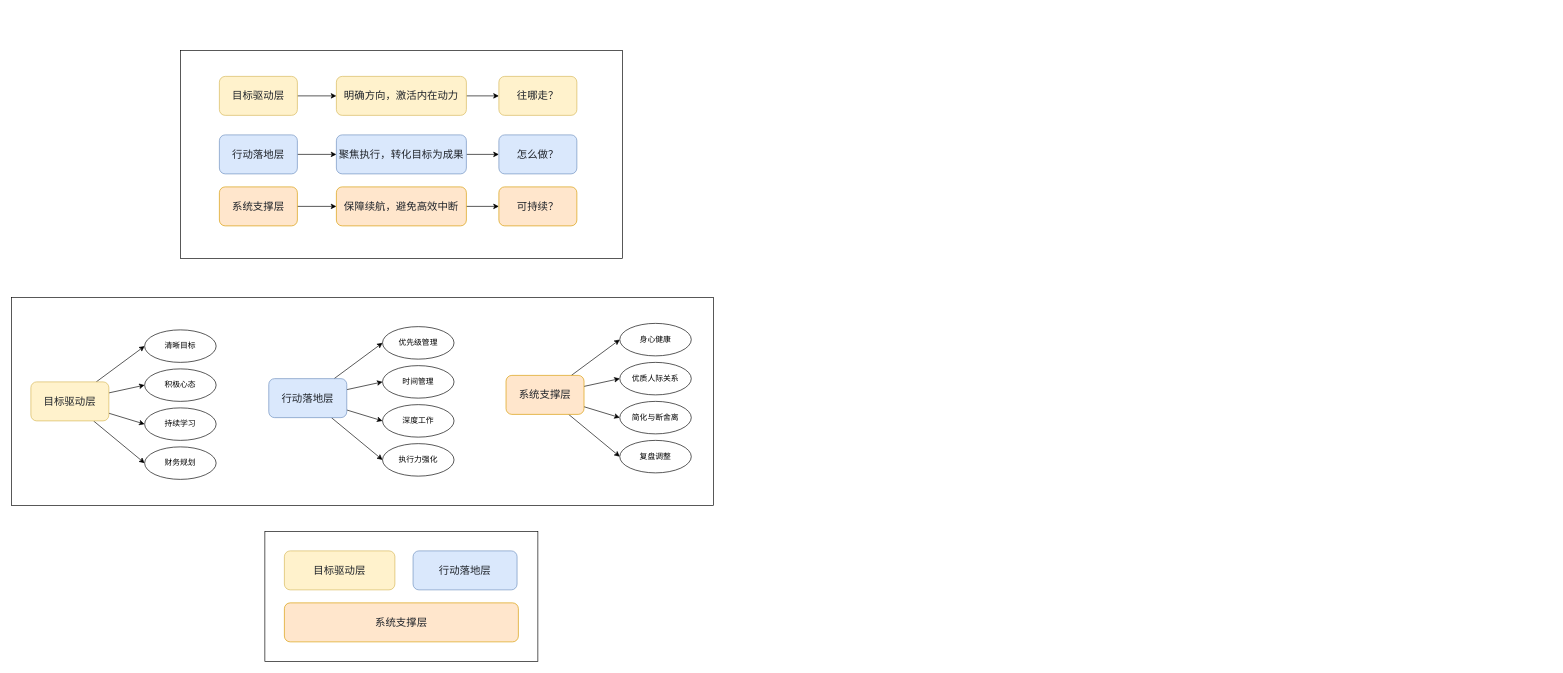
Before: 高效人生的12个关键点.drawio in FlyThroughAir/DrawHere, a draw.io diagram. Source tidied: cells renumbered, new cells numbered last; positions are measured from the earlier drawing's top-left corner, leaving out a move shared by most shapes. Both pictures are drawn from the tidied source at 65%, with x=0, y=0 at pixel (11, 50).
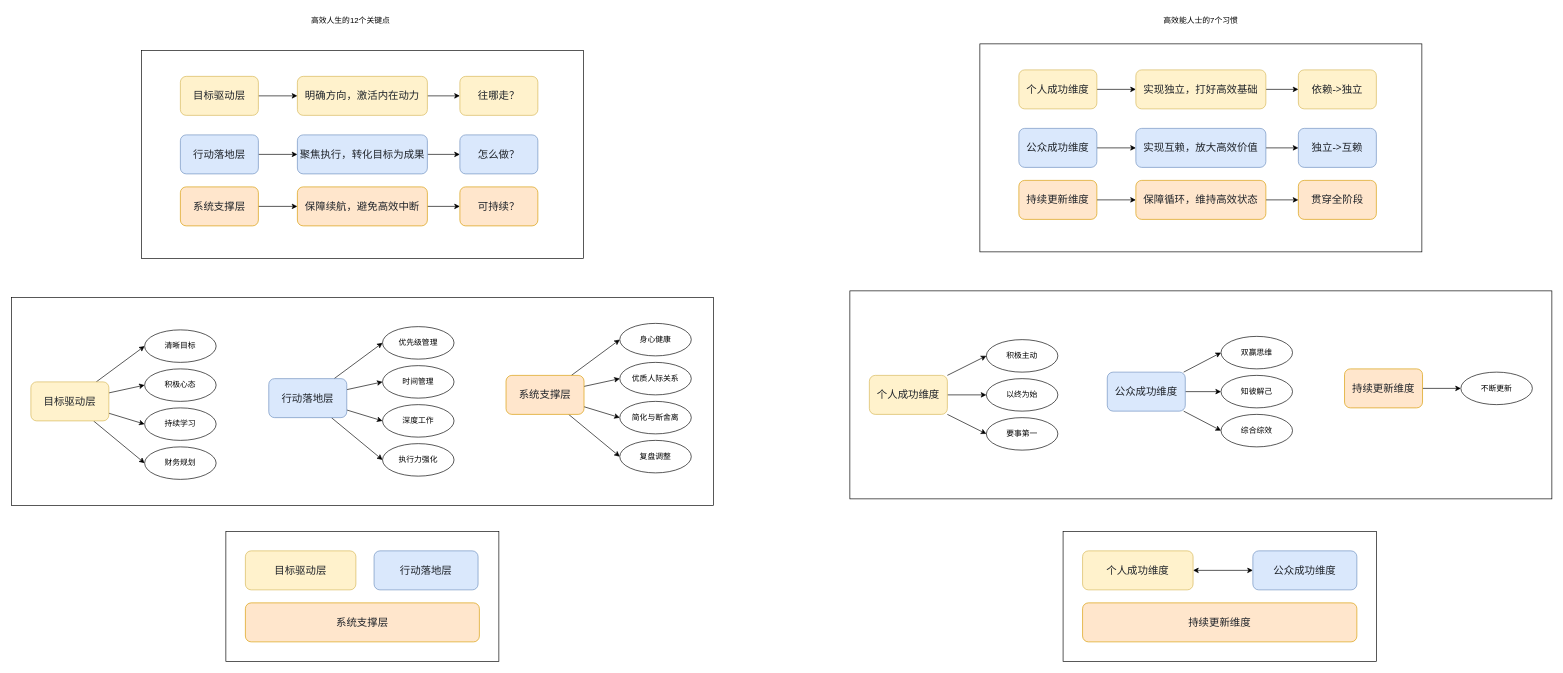
After the change.

Commit message (it also covers changes not shown here):
更新高效人生的12个关键点.drawio

Change to the diagram source:
```diff
@@
     <mxCell id="3" style="rounded=0;whiteSpace=wrap;html=1;" parent="1" vertex="1">
-      <mxGeometry x="390" y="740" width="420" height="200" as="geometry" />
+      <mxGeometry x="330" y="740" width="420" height="200" as="geometry" />
     </mxCell>
     <mxCell id="4" style="rounded=0;whiteSpace=wrap;html=1;" parent="1" vertex="1">
-      <mxGeometry x="260" width="680" height="320" as="geometry" />
+      <mxGeometry x="200" width="680" height="320" as="geometry" />
     </mxCell>
@@
     <mxCell id="6" value="&lt;span style=&quot;color: rgb(31, 35, 41); font-family: ui-sans-serif, system-ui, sans-serif, &amp;quot;Apple Color Emoji&amp;quot;, &amp;quot;Segoe UI Emoji&amp;quot;, &amp;quot;Segoe UI Symbol&amp;quot;, &amp;quot;Noto Color Emoji&amp;quot;; font-size: 16px; text-align: start; white-space-collapse: preserve;&quot;&gt;目标驱动层&lt;/span&gt;" style="rounded=1;whiteSpace=wrap;html=1;fillColor=#fff2cc;strokeColor=#d6b656;" parent="1" vertex="1">
-      <mxGeometry x="320" y="40" width="120" height="60" as="geometry" />
+      <mxGeometry x="260" y="40" width="120" height="60" as="geometry" />
     </mxCell>
@@
     <mxCell id="8" value="&lt;span style=&quot;color: rgb(31, 35, 41); font-family: ui-sans-serif, system-ui, sans-serif, &amp;quot;Apple Color Emoji&amp;quot;, &amp;quot;Segoe UI Emoji&amp;quot;, &amp;quot;Segoe UI Symbol&amp;quot;, &amp;quot;Noto Color Emoji&amp;quot;; font-size: 16px; text-align: start; white-space-collapse: preserve;&quot;&gt;行动落地层&lt;/span&gt;" style="rounded=1;whiteSpace=wrap;html=1;fillColor=#dae8fc;strokeColor=#6c8ebf;" parent="1" vertex="1">
-      <mxGeometry x="320" y="130" width="120" height="60" as="geometry" />
+      <mxGeometry x="260" y="130" width="120" height="60" as="geometry" />
     </mxCell>
@@
     <mxCell id="10" value="&lt;span style=&quot;color: rgb(31, 35, 41); font-family: ui-sans-serif, system-ui, sans-serif, &amp;quot;Apple Color Emoji&amp;quot;, &amp;quot;Segoe UI Emoji&amp;quot;, &amp;quot;Segoe UI Symbol&amp;quot;, &amp;quot;Noto Color Emoji&amp;quot;; font-size: 16px; text-align: start; white-space-collapse: preserve;&quot;&gt;系统支撑层&lt;/span&gt;" style="rounded=1;whiteSpace=wrap;html=1;fillColor=#ffe6cc;strokeColor=#d79b00;" parent="1" vertex="1">
-      <mxGeometry x="320" y="210" width="120" height="60" as="geometry" />
+      <mxGeometry x="260" y="210" width="120" height="60" as="geometry" />
     </mxCell>
@@
     <mxCell id="12" value="&lt;span style=&quot;color: rgb(31, 35, 41); font-family: ui-sans-serif, system-ui, sans-serif, &amp;quot;Apple Color Emoji&amp;quot;, &amp;quot;Segoe UI Emoji&amp;quot;, &amp;quot;Segoe UI Symbol&amp;quot;, &amp;quot;Noto Color Emoji&amp;quot;; font-size: 16px; font-style: normal; font-variant-ligatures: normal; font-variant-caps: normal; font-weight: 400; letter-spacing: normal; orphans: 2; text-align: start; text-indent: 0px; text-transform: none; widows: 2; word-spacing: 0px; -webkit-text-stroke-width: 0px; white-space: pre-wrap; text-decoration-thickness: initial; text-decoration-style: initial; text-decoration-color: initial; float: none; display: inline !important;&quot;&gt;明确方向，激活内在动力&lt;/span&gt;" style="rounded=1;whiteSpace=wrap;html=1;fillColor=#fff2cc;strokeColor=#d6b656;" parent="1" vertex="1">
-      <mxGeometry x="500" y="40" width="200" height="60" as="geometry" />
+      <mxGeometry x="440" y="40" width="200" height="60" as="geometry" />
     </mxCell>
@@
     <mxCell id="14" value="&lt;span style=&quot;color: rgb(31, 35, 41); font-family: ui-sans-serif, system-ui, sans-serif, &amp;quot;Apple Color Emoji&amp;quot;, &amp;quot;Segoe UI Emoji&amp;quot;, &amp;quot;Segoe UI Symbol&amp;quot;, &amp;quot;Noto Color Emoji&amp;quot;; font-size: 16px; text-align: start; white-space-collapse: preserve;&quot;&gt;聚焦执行，转化目标为成果&lt;/span&gt;" style="rounded=1;whiteSpace=wrap;html=1;fillColor=#dae8fc;strokeColor=#6c8ebf;" parent="1" vertex="1">
-      <mxGeometry x="500" y="130" width="200" height="60" as="geometry" />
+      <mxGeometry x="440" y="130" width="200" height="60" as="geometry" />
     </mxCell>
@@
     <mxCell id="16" value="&lt;span style=&quot;color: rgb(31, 35, 41); font-family: ui-sans-serif, system-ui, sans-serif, &amp;quot;Apple Color Emoji&amp;quot;, &amp;quot;Segoe UI Emoji&amp;quot;, &amp;quot;Segoe UI Symbol&amp;quot;, &amp;quot;Noto Color Emoji&amp;quot;; font-size: 16px; text-align: start; white-space-collapse: preserve;&quot;&gt;保障续航，避免高效中断&lt;/span&gt;" style="rounded=1;whiteSpace=wrap;html=1;fillColor=#ffe6cc;strokeColor=#d79b00;" parent="1" vertex="1">
-      <mxGeometry x="500" y="210" width="200" height="60" as="geometry" />
+      <mxGeometry x="440" y="210" width="200" height="60" as="geometry" />
     </mxCell>
     <mxCell id="17" value="&lt;span style=&quot;color: rgb(31, 35, 41); font-family: ui-sans-serif, system-ui, sans-serif, &amp;quot;Apple Color Emoji&amp;quot;, &amp;quot;Segoe UI Emoji&amp;quot;, &amp;quot;Segoe UI Symbol&amp;quot;, &amp;quot;Noto Color Emoji&amp;quot;; font-size: 16px; text-align: start; white-space-collapse: preserve;&quot;&gt;往哪走？&lt;/span&gt;" style="rounded=1;whiteSpace=wrap;html=1;fillColor=#fff2cc;strokeColor=#d6b656;" parent="1" vertex="1">
-      <mxGeometry x="750" y="40" width="120" height="60" as="geometry" />
+      <mxGeometry x="690" y="40" width="120" height="60" as="geometry" />
     </mxCell>
     <mxCell id="18" value="&lt;span style=&quot;color: rgb(31, 35, 41); font-family: ui-sans-serif, system-ui, sans-serif, &amp;quot;Apple Color Emoji&amp;quot;, &amp;quot;Segoe UI Emoji&amp;quot;, &amp;quot;Segoe UI Symbol&amp;quot;, &amp;quot;Noto Color Emoji&amp;quot;; font-size: 16px; text-align: start; white-space-collapse: preserve;&quot;&gt;怎么做？&lt;/span&gt;" style="rounded=1;whiteSpace=wrap;html=1;fillColor=#dae8fc;strokeColor=#6c8ebf;" parent="1" vertex="1">
-      <mxGeometry x="750" y="130" width="120" height="60" as="geometry" />
+      <mxGeometry x="690" y="130" width="120" height="60" as="geometry" />
     </mxCell>
     <mxCell id="19" value="&lt;span style=&quot;color: rgb(31, 35, 41); font-family: ui-sans-serif, system-ui, sans-serif, &amp;quot;Apple Color Emoji&amp;quot;, &amp;quot;Segoe UI Emoji&amp;quot;, &amp;quot;Segoe UI Symbol&amp;quot;, &amp;quot;Noto Color Emoji&amp;quot;; font-size: 16px; text-align: start; white-space-collapse: preserve;&quot;&gt;可持续？&lt;/span&gt;" style="rounded=1;whiteSpace=wrap;html=1;fillColor=#ffe6cc;strokeColor=#d79b00;" parent="1" vertex="1">
-      <mxGeometry x="750" y="210" width="120" height="60" as="geometry" />
+      <mxGeometry x="690" y="210" width="120" height="60" as="geometry" />
     </mxCell>
     <mxCell id="20" value="&lt;span style=&quot;color: rgb(31, 35, 41); font-family: ui-sans-serif, system-ui, sans-serif, &amp;quot;Apple Color Emoji&amp;quot;, &amp;quot;Segoe UI Emoji&amp;quot;, &amp;quot;Segoe UI Symbol&amp;quot;, &amp;quot;Noto Color Emoji&amp;quot;; font-size: 16px; text-align: start; white-space-collapse: preserve;&quot;&gt;目标驱动层&lt;/span&gt;" style="rounded=1;whiteSpace=wrap;html=1;fillColor=#fff2cc;strokeColor=#d6b656;" parent="1" vertex="1">
-      <mxGeometry x="420" y="770" width="170" height="60" as="geometry" />
+      <mxGeometry x="360" y="770" width="170" height="60" as="geometry" />
     </mxCell>
     <mxCell id="21" value="&lt;span style=&quot;color: rgb(31, 35, 41); font-family: ui-sans-serif, system-ui, sans-serif, &amp;quot;Apple Color Emoji&amp;quot;, &amp;quot;Segoe UI Emoji&amp;quot;, &amp;quot;Segoe UI Symbol&amp;quot;, &amp;quot;Noto Color Emoji&amp;quot;; font-size: 16px; text-align: start; white-space-collapse: preserve;&quot;&gt;行动落地层&lt;/span&gt;" style="rounded=1;whiteSpace=wrap;html=1;fillColor=#dae8fc;strokeColor=#6c8ebf;" parent="1" vertex="1">
-      <mxGeometry x="618" y="770" width="160" height="60" as="geometry" />
+      <mxGeometry x="558" y="770" width="160" height="60" as="geometry" />
     </mxCell>
     <mxCell id="22" value="&lt;span style=&quot;color: rgb(31, 35, 41); font-family: ui-sans-serif, system-ui, sans-serif, &amp;quot;Apple Color Emoji&amp;quot;, &amp;quot;Segoe UI Emoji&amp;quot;, &amp;quot;Segoe UI Symbol&amp;quot;, &amp;quot;Noto Color Emoji&amp;quot;; font-size: 16px; text-align: start; white-space-collapse: preserve;&quot;&gt;系统支撑层&lt;/span&gt;" style="rounded=1;whiteSpace=wrap;html=1;fillColor=#ffe6cc;strokeColor=#d79b00;" parent="1" vertex="1">
-      <mxGeometry x="420" y="850" width="360" height="60" as="geometry" />
+      <mxGeometry x="360" y="850" width="360" height="60" as="geometry" />
     </mxCell>
@@
+    <mxCell id="50" style="rounded=0;whiteSpace=wrap;html=1;" parent="1" vertex="1">
+      <mxGeometry x="1290" y="370" width="1080" height="320" as="geometry" />
+    </mxCell>
+    <mxCell id="51" style="rounded=0;whiteSpace=wrap;html=1;" parent="1" vertex="1">
+      <mxGeometry x="1618" y="740" width="482" height="200" as="geometry" />
+    </mxCell>
+    <mxCell id="52" style="rounded=0;whiteSpace=wrap;html=1;" parent="1" vertex="1">
+      <mxGeometry x="1490" y="-10" width="680" height="320" as="geometry" />
+    </mxCell>
+    <mxCell id="53" style="edgeStyle=orthogonalEdgeStyle;rounded=0;jettySize=auto;html=1;" parent="1" edge="1" source="54" target="60">
+      <mxGeometry relative="1" as="geometry" />
+    </mxCell>
+    <mxCell id="54" value="&lt;span style=&quot;color: rgb(31, 35, 41); font-family: ui-sans-serif, system-ui, sans-serif, &amp;quot;Apple Color Emoji&amp;quot;, &amp;quot;Segoe UI Emoji&amp;quot;, &amp;quot;Segoe UI Symbol&amp;quot;, &amp;quot;Noto Color Emoji&amp;quot;; font-size: 16px; text-align: start; white-space-collapse: preserve;&quot;&gt;个人成功维度&lt;/span&gt;" style="rounded=1;whiteSpace=wrap;html=1;fillColor=#fff2cc;strokeColor=#d6b656;" parent="1" vertex="1">
+      <mxGeometry x="1550" y="30" width="120" height="60" as="geometry" />
+    </mxCell>
+    <mxCell id="55" style="edgeStyle=orthogonalEdgeStyle;rounded=0;jettySize=auto;html=1;entryX=0;entryY=0.5;entryDx=0;entryDy=0;" parent="1" edge="1" source="56" target="62">
+      <mxGeometry relative="1" as="geometry" />
+    </mxCell>
+    <mxCell id="56" value="&lt;span style=&quot;color: rgb(31, 35, 41); font-family: ui-sans-serif, system-ui, sans-serif, &amp;quot;Apple Color Emoji&amp;quot;, &amp;quot;Segoe UI Emoji&amp;quot;, &amp;quot;Segoe UI Symbol&amp;quot;, &amp;quot;Noto Color Emoji&amp;quot;; font-size: 16px; text-align: start; white-space-collapse: preserve;&quot;&gt;公众成功维度&lt;/span&gt;" style="rounded=1;whiteSpace=wrap;html=1;fillColor=#dae8fc;strokeColor=#6c8ebf;" parent="1" vertex="1">
+      <mxGeometry x="1550" y="120" width="120" height="60" as="geometry" />
+    </mxCell>
+    <mxCell id="57" style="edgeStyle=orthogonalEdgeStyle;rounded=0;jettySize=auto;html=1;" parent="1" edge="1" source="58" target="64">
+      <mxGeometry relative="1" as="geometry" />
+    </mxCell>
+    <mxCell id="58" value="&lt;span style=&quot;color: rgb(31, 35, 41); font-family: ui-sans-serif, system-ui, sans-serif, &amp;quot;Apple Color Emoji&amp;quot;, &amp;quot;Segoe UI Emoji&amp;quot;, &amp;quot;Segoe UI Symbol&amp;quot;, &amp;quot;Noto Color Emoji&amp;quot;; font-size: 16px; text-align: start; white-space-collapse: preserve;&quot;&gt;持续更新维度&lt;/span&gt;" style="rounded=1;whiteSpace=wrap;html=1;fillColor=#ffe6cc;strokeColor=#d79b00;" parent="1" vertex="1">
+      <mxGeometry x="1550" y="200" width="120" height="60" as="geometry" />
+    </mxCell>
+    <mxCell id="59" style="edgeStyle=orthogonalEdgeStyle;rounded=0;jettySize=auto;html=1;entryX=0;entryY=0.5;entryDx=0;entryDy=0;" parent="1" edge="1" source="60" target="65">
+      <mxGeometry relative="1" as="geometry" />
+    </mxCell>
+    <mxCell id="60" value="&lt;span style=&quot;color: rgb(31, 35, 41); font-family: ui-sans-serif, system-ui, sans-serif, &amp;quot;Apple Color Emoji&amp;quot;, &amp;quot;Segoe UI Emoji&amp;quot;, &amp;quot;Segoe UI Symbol&amp;quot;, &amp;quot;Noto Color Emoji&amp;quot;; font-size: 16px; font-style: normal; font-variant-ligatures: normal; font-variant-caps: normal; font-weight: 400; letter-spacing: normal; orphans: 2; text-align: start; text-indent: 0px; text-transform: none; widows: 2; word-spacing: 0px; -webkit-text-stroke-width: 0px; white-space: pre-wrap; text-decoration-thickness: initial; text-decoration-style: initial; text-decoration-color: initial; float: none; display: inline !important;&quot;&gt;实现独立，打好高效基础&lt;/span&gt;" style="rounded=1;whiteSpace=wrap;html=1;fillColor=#fff2cc;strokeColor=#d6b656;" parent="1" vertex="1">
+      <mxGeometry x="1730" y="30" width="200" height="60" as="geometry" />
+    </mxCell>
+    <mxCell id="61" style="edgeStyle=orthogonalEdgeStyle;rounded=0;jettySize=auto;html=1;" parent="1" edge="1" source="62" target="66">
+      <mxGeometry relative="1" as="geometry" />
+    </mxCell>
+    <mxCell id="62" value="&lt;span style=&quot;color: rgb(31, 35, 41); font-family: ui-sans-serif, system-ui, sans-serif, &amp;quot;Apple Color Emoji&amp;quot;, &amp;quot;Segoe UI Emoji&amp;quot;, &amp;quot;Segoe UI Symbol&amp;quot;, &amp;quot;Noto Color Emoji&amp;quot;; font-size: 16px; text-align: start; white-space-collapse: preserve;&quot;&gt;实现互赖，放大高效价值&lt;/span&gt;" style="rounded=1;whiteSpace=wrap;html=1;fillColor=#dae8fc;strokeColor=#6c8ebf;" parent="1" vertex="1">
+      <mxGeometry x="1730" y="120" width="200" height="60" as="geometry" />
+    </mxCell>
+    <mxCell id="63" style="edgeStyle=orthogonalEdgeStyle;rounded=0;jettySize=auto;html=1;entryX=0;entryY=0.5;entryDx=0;entryDy=0;" parent="1" edge="1" source="64" target="67">
+      <mxGeometry relative="1" as="geometry" />
+    </mxCell>
+    <mxCell id="64" value="&lt;span style=&quot;color: rgb(31, 35, 41); font-family: ui-sans-serif, system-ui, sans-serif, &amp;quot;Apple Color Emoji&amp;quot;, &amp;quot;Segoe UI Emoji&amp;quot;, &amp;quot;Segoe UI Symbol&amp;quot;, &amp;quot;Noto Color Emoji&amp;quot;; font-size: 16px; text-align: start; white-space-collapse: preserve;&quot;&gt;保障循环，维持高效状态&lt;/span&gt;" style="rounded=1;whiteSpace=wrap;html=1;fillColor=#ffe6cc;strokeColor=#d79b00;" parent="1" vertex="1">
+      <mxGeometry x="1730" y="200" width="200" height="60" as="geometry" />
+    </mxCell>
+    <mxCell id="65" value="&lt;span style=&quot;color: rgb(31, 35, 41); font-family: ui-sans-serif, system-ui, sans-serif, &amp;quot;Apple Color Emoji&amp;quot;, &amp;quot;Segoe UI Emoji&amp;quot;, &amp;quot;Segoe UI Symbol&amp;quot;, &amp;quot;Noto Color Emoji&amp;quot;; font-size: 16px; text-align: start; white-space-collapse: preserve;&quot;&gt;依赖-&amp;gt;独立&lt;/span&gt;" style="rounded=1;whiteSpace=wrap;html=1;fillColor=#fff2cc;strokeColor=#d6b656;" parent="1" vertex="1">
+      <mxGeometry x="1980" y="30" width="120" height="60" as="geometry" />
+    </mxCell>
+    <mxCell id="66" value="&lt;span style=&quot;color: rgb(31, 35, 41); font-family: ui-sans-serif, system-ui, sans-serif, &amp;quot;Apple Color Emoji&amp;quot;, &amp;quot;Segoe UI Emoji&amp;quot;, &amp;quot;Segoe UI Symbol&amp;quot;, &amp;quot;Noto Color Emoji&amp;quot;; font-size: 16px; text-align: start; white-space-collapse: preserve;&quot;&gt;独立-&amp;gt;互赖&lt;/span&gt;" style="rounded=1;whiteSpace=wrap;html=1;fillColor=#dae8fc;strokeColor=#6c8ebf;" parent="1" vertex="1">
+      <mxGeometry x="1980" y="120" width="120" height="60" as="geometry" />
+    </mxCell>
+    <mxCell id="67" value="&lt;span style=&quot;color: rgb(31, 35, 41); font-family: ui-sans-serif, system-ui, sans-serif, &amp;quot;Apple Color Emoji&amp;quot;, &amp;quot;Segoe UI Emoji&amp;quot;, &amp;quot;Segoe UI Symbol&amp;quot;, &amp;quot;Noto Color Emoji&amp;quot;; font-size: 16px; text-align: start; white-space-collapse: preserve;&quot;&gt;贯穿全阶段&lt;/span&gt;" style="rounded=1;whiteSpace=wrap;html=1;fillColor=#ffe6cc;strokeColor=#d79b00;" parent="1" vertex="1">
+      <mxGeometry x="1980" y="200" width="120" height="60" as="geometry" />
+    </mxCell>
+    <mxCell id="68" style="edgeStyle=orthogonalEdgeStyle;rounded=0;jettySize=auto;html=1;startArrow=classic;startFill=1;" parent="1" edge="1" source="69" target="70">
+      <mxGeometry relative="1" as="geometry" />
+    </mxCell>
+    <mxCell id="69" value="&lt;span style=&quot;color: rgb(31, 35, 41); font-family: ui-sans-serif, system-ui, sans-serif, &amp;quot;Apple Color Emoji&amp;quot;, &amp;quot;Segoe UI Emoji&amp;quot;, &amp;quot;Segoe UI Symbol&amp;quot;, &amp;quot;Noto Color Emoji&amp;quot;; font-size: 16px; text-align: start; white-space-collapse: preserve;&quot;&gt;个人成功维度&lt;/span&gt;" style="rounded=1;whiteSpace=wrap;html=1;fillColor=#fff2cc;strokeColor=#d6b656;" parent="1" vertex="1">
+      <mxGeometry x="1648" y="770" width="170" height="60" as="geometry" />
+    </mxCell>
+    <mxCell id="70" value="&lt;span style=&quot;color: rgb(31, 35, 41); font-family: ui-sans-serif, system-ui, sans-serif, &amp;quot;Apple Color Emoji&amp;quot;, &amp;quot;Segoe UI Emoji&amp;quot;, &amp;quot;Segoe UI Symbol&amp;quot;, &amp;quot;Noto Color Emoji&amp;quot;; font-size: 16px; text-align: start; white-space-collapse: preserve;&quot;&gt;公众成功维度&lt;/span&gt;" style="rounded=1;whiteSpace=wrap;html=1;fillColor=#dae8fc;strokeColor=#6c8ebf;" parent="1" vertex="1">
+      <mxGeometry x="1910" y="770" width="160" height="60" as="geometry" />
+    </mxCell>
+    <mxCell id="71" value="&lt;span style=&quot;color: rgb(31, 35, 41); font-family: ui-sans-serif, system-ui, sans-serif, &amp;quot;Apple Color Emoji&amp;quot;, &amp;quot;Segoe UI Emoji&amp;quot;, &amp;quot;Segoe UI Symbol&amp;quot;, &amp;quot;Noto Color Emoji&amp;quot;; font-size: 16px; text-align: start; white-space-collapse: preserve;&quot;&gt;持续更新维度&lt;/span&gt;" style="rounded=1;whiteSpace=wrap;html=1;fillColor=#ffe6cc;strokeColor=#d79b00;" parent="1" vertex="1">
+      <mxGeometry x="1648" y="850" width="422" height="60" as="geometry" />
+    </mxCell>
+    <mxCell id="72" style="rounded=0;jettySize=auto;html=1;entryX=0;entryY=0.5;entryDx=0;entryDy=0;" parent="1" edge="1" source="75" target="77">
+      <mxGeometry relative="1" as="geometry" />
+    </mxCell>
+    <mxCell id="73" style="rounded=0;jettySize=auto;html=1;entryX=0;entryY=0.5;entryDx=0;entryDy=0;" parent="1" edge="1" source="75" target="76">
+      <mxGeometry relative="1" as="geometry" />
+    </mxCell>
+    <mxCell id="74" style="rounded=0;jettySize=auto;html=1;entryX=0;entryY=0.5;entryDx=0;entryDy=0;" parent="1" edge="1" source="75" target="78">
+      <mxGeometry relative="1" as="geometry" />
+    </mxCell>
+    <mxCell id="75" value="&lt;span style=&quot;color: rgb(31, 35, 41); font-family: ui-sans-serif, system-ui, sans-serif, &amp;quot;Apple Color Emoji&amp;quot;, &amp;quot;Segoe UI Emoji&amp;quot;, &amp;quot;Segoe UI Symbol&amp;quot;, &amp;quot;Noto Color Emoji&amp;quot;; font-size: 16px; text-align: start; white-space-collapse: preserve;&quot;&gt;个人成功维度&lt;/span&gt;" style="rounded=1;whiteSpace=wrap;html=1;fillColor=#fff2cc;strokeColor=#d6b656;" parent="1" vertex="1">
+      <mxGeometry x="1320" y="500" width="120" height="60" as="geometry" />
+    </mxCell>
+    <mxCell id="76" value="积极主动" style="ellipse;whiteSpace=wrap;html=1;rounded=1;" parent="1" vertex="1">
+      <mxGeometry x="1500" y="445" width="110" height="50" as="geometry" />
+    </mxCell>
+    <mxCell id="77" value="以终为始" style="ellipse;whiteSpace=wrap;html=1;rounded=1;" parent="1" vertex="1">
+      <mxGeometry x="1500" y="505" width="110" height="50" as="geometry" />
+    </mxCell>
+    <mxCell id="78" value="要事第一" style="ellipse;whiteSpace=wrap;html=1;rounded=1;" parent="1" vertex="1">
+      <mxGeometry x="1500" y="565" width="110" height="50" as="geometry" />
+    </mxCell>
+    <mxCell id="79" style="rounded=0;jettySize=auto;html=1;entryX=0;entryY=0.5;entryDx=0;entryDy=0;" parent="1" edge="1" source="82" target="84">
+      <mxGeometry relative="1" as="geometry" />
+    </mxCell>
+    <mxCell id="80" style="rounded=0;jettySize=auto;html=1;entryX=0;entryY=0.5;entryDx=0;entryDy=0;" parent="1" edge="1" source="82" target="83">
+      <mxGeometry relative="1" as="geometry" />
+    </mxCell>
+    <mxCell id="81" style="rounded=0;jettySize=auto;html=1;entryX=0;entryY=0.5;entryDx=0;entryDy=0;" parent="1" edge="1" source="82" target="85">
+      <mxGeometry relative="1" as="geometry" />
+    </mxCell>
+    <mxCell id="82" value="&lt;span style=&quot;color: rgb(31, 35, 41); font-family: ui-sans-serif, system-ui, sans-serif, &amp;quot;Apple Color Emoji&amp;quot;, &amp;quot;Segoe UI Emoji&amp;quot;, &amp;quot;Segoe UI Symbol&amp;quot;, &amp;quot;Noto Color Emoji&amp;quot;; font-size: 16px; text-align: start; white-space-collapse: preserve;&quot;&gt;公众成功维度&lt;/span&gt;" style="rounded=1;whiteSpace=wrap;html=1;fillColor=#dae8fc;strokeColor=#6c8ebf;" parent="1" vertex="1">
+      <mxGeometry x="1686" y="495" width="120" height="60" as="geometry" />
+    </mxCell>
+    <mxCell id="83" value="双赢思维" style="ellipse;whiteSpace=wrap;html=1;rounded=1;" parent="1" vertex="1">
+      <mxGeometry x="1861" y="440" width="110" height="50" as="geometry" />
+    </mxCell>
+    <mxCell id="84" value="知彼解己" style="ellipse;whiteSpace=wrap;html=1;rounded=1;" parent="1" vertex="1">
+      <mxGeometry x="1861" y="500" width="110" height="50" as="geometry" />
+    </mxCell>
+    <mxCell id="85" value="综合综效" style="ellipse;whiteSpace=wrap;html=1;rounded=1;" parent="1" vertex="1">
+      <mxGeometry x="1861" y="560" width="110" height="50" as="geometry" />
+    </mxCell>
+    <mxCell id="86" style="rounded=0;jettySize=auto;html=1;entryX=0;entryY=0.5;entryDx=0;entryDy=0;" parent="1" edge="1" source="87" target="88">
+      <mxGeometry relative="1" as="geometry" />
+    </mxCell>
+    <mxCell id="87" value="&lt;div style=&quot;text-align: start;&quot;&gt;&lt;span style=&quot;background-color: transparent; font-size: 16px; white-space-collapse: preserve;&quot;&gt;&lt;font face=&quot;ui-sans-serif, system-ui, sans-serif, Apple Color Emoji, Segoe UI Emoji, Segoe UI Symbol, Noto Color Emoji&quot; color=&quot;#1f2329&quot;&gt;持续更新维度&lt;/font&gt;&lt;/span&gt;&lt;/div&gt;" style="rounded=1;whiteSpace=wrap;html=1;fillColor=#ffe6cc;strokeColor=#d79b00;" parent="1" vertex="1">
+      <mxGeometry x="2051" y="490" width="120" height="60" as="geometry" />
+    </mxCell>
+    <mxCell id="88" value="不断更新" style="ellipse;whiteSpace=wrap;html=1;rounded=1;" parent="1" vertex="1">
+      <mxGeometry x="2230" y="495" width="110" height="50" as="geometry" />
+    </mxCell>
+    <mxCell id="89" value="高效人生的12个关键点" style="text;html=1;align=center;verticalAlign=middle;whiteSpace=wrap;rounded=0;" parent="1" vertex="1">
+      <mxGeometry x="420" y="-60" width="204" height="30" as="geometry" />
+    </mxCell>
+    <mxCell id="90" value="高效能人士的7个习惯" style="text;html=1;align=center;verticalAlign=middle;whiteSpace=wrap;rounded=0;" parent="1" vertex="1">
+      <mxGeometry x="1728" y="-60" width="204" height="30" as="geometry" />
+    </mxCell>
```
